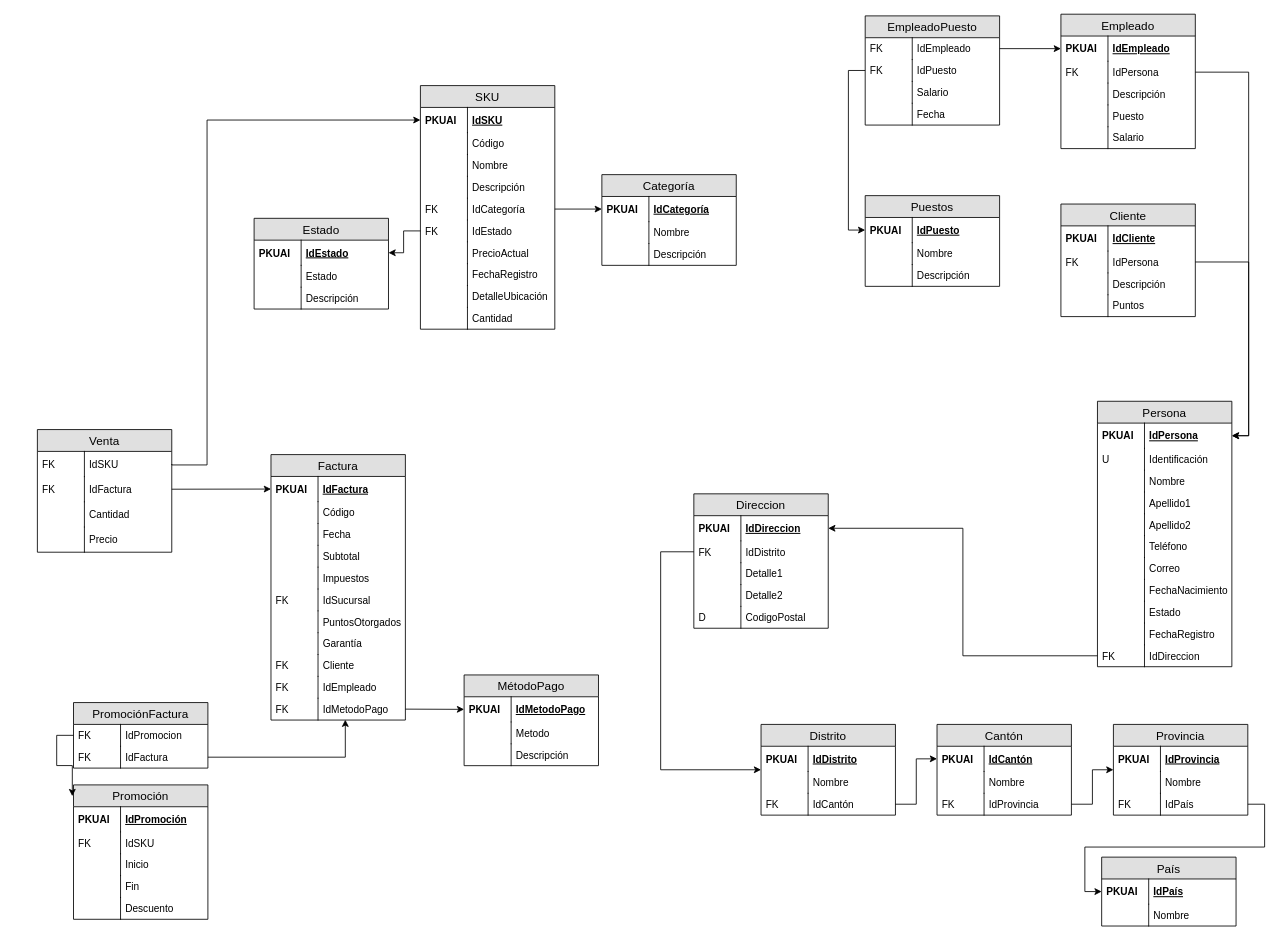
Before: page "Sucursal" (2 of 2) of diagrams/Proposed diagrams.drawio in JassonRM/Sk8-4-TEC-Proyecto-1, a draw.io diagram. Source tidied: cells renumbered, new cells numbered last; positions are measured from the earlier drawing's top-left corner, leaving out a move shared by most shapes. Both pictures are drawn from the tidied source at 84%, with x=0, y=0 at pixel (37, 13).
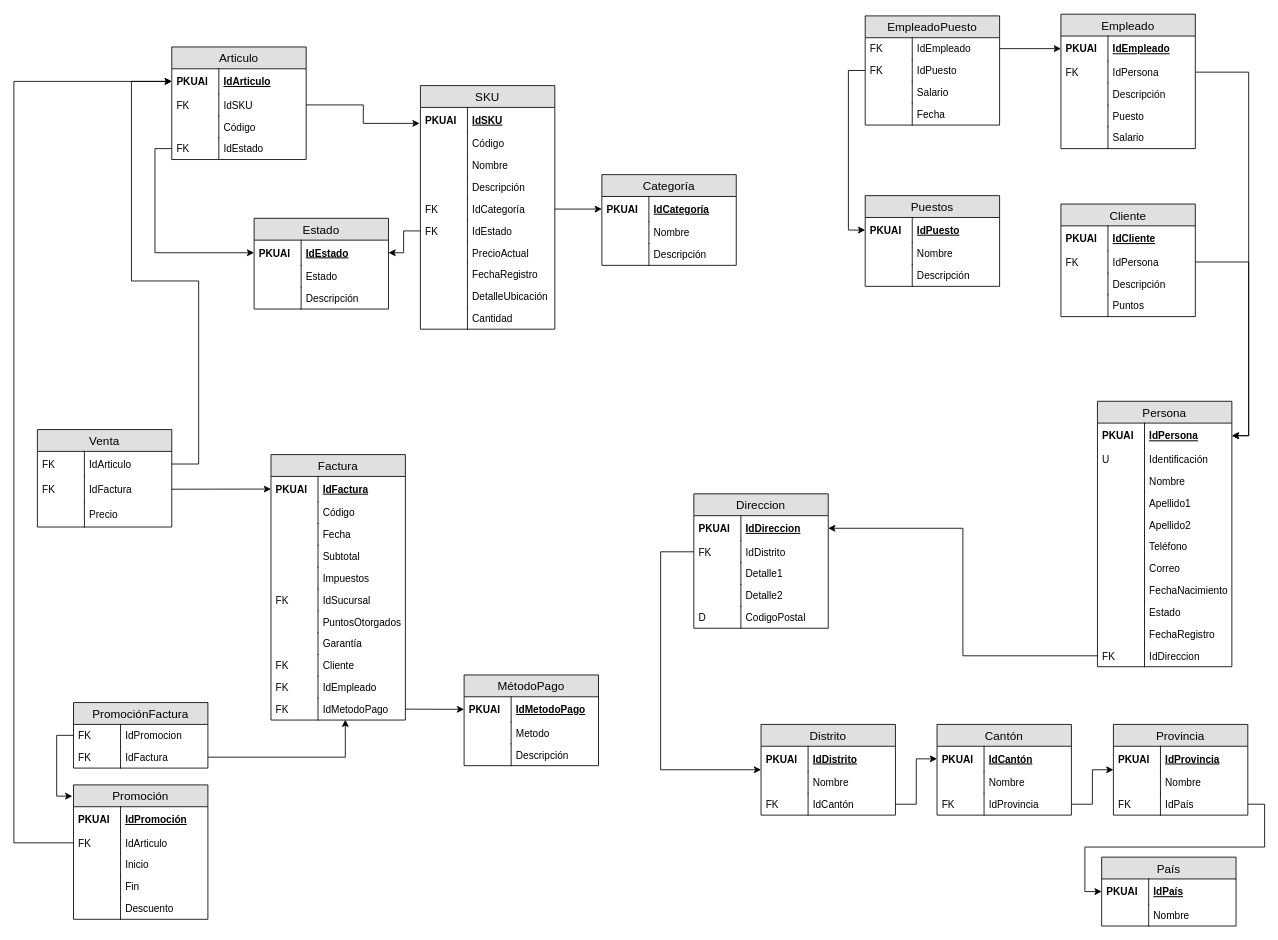
After the change.

Unchanged cells that the change refers to:
```xml
<mxCell id="3" value="IdSKU" style="shape=partialRectangle;top=0;left=0;right=0;bottom=0;align=left;verticalAlign=middle;fillColor=none;spacingLeft=60;spacingRight=4;overflow=hidden;points=[[0,0.5],[1,0.5]];portConstraint=eastwest;fontStyle=5;fontSize=12;" parent="2" vertex="1">
  <mxGeometry y="26" width="160" height="30" as="geometry" />
</mxCell>
<mxCell id="31" value="IdEstado" style="shape=partialRectangle;top=0;left=0;right=0;bottom=0;align=left;verticalAlign=middle;fillColor=none;spacingLeft=60;spacingRight=4;overflow=hidden;points=[[0,0.5],[1,0.5]];portConstraint=eastwest;fontStyle=5;fontSize=12;" parent="30" vertex="1">
  <mxGeometry y="26" width="160" height="30" as="geometry" />
</mxCell>
<mxCell id="112" value="Promoción" style="swimlane;fontStyle=0;horizontal=1;startSize=26;fillColor=#e0e0e0;swimlaneFillColor=#ffffff;align=center;fontSize=14;" parent="1" vertex="1">
  <mxGeometry x="43" y="917.9" width="160" height="160" as="geometry" />
</mxCell>
<mxCell id="156" value="IdPromocion" style="shape=partialRectangle;top=0;left=0;right=0;bottom=0;align=left;verticalAlign=top;fillColor=none;spacingLeft=60;spacingRight=4;overflow=hidden;points=[[0,0.5],[1,0.5]];portConstraint=eastwest;fontSize=12;" parent="155" vertex="1">
  <mxGeometry y="26" width="160" height="26" as="geometry" />
</mxCell>
```

Diff of the diagram source:
```diff
@@
     <mxCell id="103" value="Venta" style="swimlane;fontStyle=0;horizontal=1;startSize=26;fillColor=#e0e0e0;swimlaneFillColor=#ffffff;align=center;fontSize=14;" parent="1" vertex="1">
-      <mxGeometry y="494.9" width="160" height="146" as="geometry" />
+      <mxGeometry y="494.9" width="160" height="116" as="geometry" />
     </mxCell>
-    <mxCell id="104" value="IdSKU" style="shape=partialRectangle;top=0;left=0;right=0;bottom=0;align=left;verticalAlign=middle;fillColor=none;spacingLeft=60;spacingRight=4;overflow=hidden;points=[[0,0.5],[1,0.5]];portConstraint=eastwest;fontStyle=0;fontSize=12;" parent="103" vertex="1">
+    <mxCell id="104" value="IdArticulo" style="shape=partialRectangle;top=0;left=0;right=0;bottom=0;align=left;verticalAlign=middle;fillColor=none;spacingLeft=60;spacingRight=4;overflow=hidden;points=[[0,0.5],[1,0.5]];portConstraint=eastwest;fontStyle=0;fontSize=12;" parent="103" vertex="1">
       <mxGeometry y="26" width="160" height="30" as="geometry" />
     </mxCell>
@@
-    <mxCell id="108" value="Cantidad" style="shape=partialRectangle;top=0;left=0;right=0;bottom=0;align=left;verticalAlign=middle;fillColor=none;spacingLeft=60;spacingRight=4;overflow=hidden;fontStyle=0;fontSize=12;" parent="103" vertex="1">
-      <mxGeometry y="86" width="160" height="30" as="geometry" />
-    </mxCell>
-    <mxCell id="109" style="shape=partialRectangle;fontStyle=0;top=0;left=0;bottom=0;fillColor=none;align=left;verticalAlign=middle;spacingLeft=4;spacingRight=4;overflow=hidden;fontSize=12;" parent="108" vertex="1">
-      <mxGeometry width="56" height="30" as="geometry" />
-    </mxCell>
     <mxCell id="110" value="Precio" style="shape=partialRectangle;top=0;left=0;right=0;bottom=0;align=left;verticalAlign=middle;fillColor=none;spacingLeft=60;spacingRight=4;overflow=hidden;fontStyle=0;fontSize=12;" parent="103" vertex="1">
-      <mxGeometry y="116" width="160" height="30" as="geometry" />
+      <mxGeometry y="86" width="160" height="30" as="geometry" />
     </mxCell>
@@
-    <mxCell id="115" value="IdSKU" style="shape=partialRectangle;top=0;left=0;right=0;bottom=0;align=left;verticalAlign=top;fillColor=none;spacingLeft=60;spacingRight=4;overflow=hidden;points=[[0,0.5],[1,0.5]];portConstraint=eastwest;fontSize=12;" parent="112" vertex="1">
+    <mxCell id="115" value="IdArticulo" style="shape=partialRectangle;top=0;left=0;right=0;bottom=0;align=left;verticalAlign=top;fillColor=none;spacingLeft=60;spacingRight=4;overflow=hidden;points=[[0,0.5],[1,0.5]];portConstraint=eastwest;fontSize=12;" parent="112" vertex="1">
       <mxGeometry y="56" width="160" height="26" as="geometry" />
     </mxCell>
@@
     <mxCell id="160" style="edgeStyle=orthogonalEdgeStyle;rounded=0;jettySize=auto;html=1;exitX=0;exitY=0.5;exitDx=0;exitDy=0;entryX=-0.009;entryY=0.084;entryDx=0;entryDy=0;entryPerimeter=0;" parent="1" edge="1" source="156" target="112">
-      <mxGeometry relative="1" as="geometry" />
+      <mxGeometry relative="1" as="geometry">
+        <Array as="points">
+          <mxPoint x="23" y="859" />
+          <mxPoint x="23" y="931" />
+        </Array>
+      </mxGeometry>
     </mxCell>
@@
-    <mxCell id="162" style="edgeStyle=orthogonalEdgeStyle;rounded=0;jumpStyle=arc;jumpSize=10;jettySize=auto;html=1;exitX=1;exitY=0.5;exitDx=0;exitDy=0;entryX=0;entryY=0.5;entryDx=0;entryDy=0;" parent="1" edge="1" source="104" target="3">
+    <mxCell id="162" style="edgeStyle=orthogonalEdgeStyle;rounded=0;jumpStyle=arc;jumpSize=10;jettySize=auto;html=1;exitX=1;exitY=0.5;exitDx=0;exitDy=0;entryX=0;entryY=0.5;entryDx=0;entryDy=0;" parent="1" edge="1" source="104" target="205">
       <mxGeometry relative="1" as="geometry">
         <Array as="points">
-          <mxPoint x="160" y="537" />
-          <mxPoint x="202" y="537" />
-          <mxPoint x="202" y="126" />
+          <mxPoint x="192" y="536" />
+          <mxPoint x="192" y="318" />
+          <mxPoint x="112" y="318" />
+          <mxPoint x="112" y="81" />
         </Array>
       </mxGeometry>
     </mxCell>
@@
+    <mxCell id="204" value="Articulo" style="swimlane;fontStyle=0;horizontal=1;startSize=26;fillColor=#e0e0e0;swimlaneFillColor=#ffffff;align=center;fontSize=14;" parent="1" vertex="1">
+      <mxGeometry x="160" y="39.4" width="160" height="134" as="geometry" />
+    </mxCell>
+    <mxCell id="205" value="IdArticulo" style="shape=partialRectangle;top=0;left=0;right=0;bottom=0;align=left;verticalAlign=middle;fillColor=none;spacingLeft=60;spacingRight=4;overflow=hidden;points=[[0,0.5],[1,0.5]];portConstraint=eastwest;fontStyle=5;fontSize=12;" parent="204" vertex="1">
+      <mxGeometry y="26" width="160" height="30" as="geometry" />
+    </mxCell>
+    <mxCell id="206" value="PKUAI" style="shape=partialRectangle;fontStyle=1;top=0;left=0;bottom=0;fillColor=none;align=left;verticalAlign=middle;spacingLeft=4;spacingRight=4;overflow=hidden;fontSize=12;" parent="205" vertex="1">
+      <mxGeometry width="56" height="30" as="geometry" />
+    </mxCell>
+    <mxCell id="207" value="IdSKU" style="shape=partialRectangle;top=0;left=0;right=0;bottom=0;align=left;verticalAlign=top;fillColor=none;spacingLeft=60;spacingRight=4;overflow=hidden;points=[[0,0.5],[1,0.5]];portConstraint=eastwest;fontSize=12;" parent="204" vertex="1">
+      <mxGeometry y="56" width="160" height="26" as="geometry" />
+    </mxCell>
+    <mxCell id="208" value="FK" style="shape=partialRectangle;top=0;left=0;bottom=0;fillColor=none;align=left;verticalAlign=top;spacingLeft=4;spacingRight=4;overflow=hidden;fontSize=12;" parent="207" vertex="1">
+      <mxGeometry width="56" height="26" as="geometry" />
+    </mxCell>
+    <mxCell id="209" value="Código" style="shape=partialRectangle;top=0;left=0;right=0;bottom=0;align=left;verticalAlign=top;fillColor=none;spacingLeft=60;spacingRight=4;overflow=hidden;fontSize=12;" parent="204" vertex="1">
+      <mxGeometry y="82" width="160" height="26" as="geometry" />
+    </mxCell>
+    <mxCell id="210" style="shape=partialRectangle;top=0;left=0;bottom=0;fillColor=none;align=left;verticalAlign=top;spacingLeft=4;spacingRight=4;overflow=hidden;fontSize=12;" parent="209" vertex="1">
+      <mxGeometry width="56" height="26" as="geometry" />
+    </mxCell>
+    <mxCell id="211" value="IdEstado" style="shape=partialRectangle;top=0;left=0;right=0;bottom=0;align=left;verticalAlign=top;fillColor=none;spacingLeft=60;spacingRight=4;overflow=hidden;points=[[0,0.5],[1,0.5]];portConstraint=eastwest;fontSize=12;" parent="204" vertex="1">
+      <mxGeometry y="108" width="160" height="26" as="geometry" />
+    </mxCell>
+    <mxCell id="212" value="FK" style="shape=partialRectangle;top=0;left=0;bottom=0;fillColor=none;align=left;verticalAlign=top;spacingLeft=4;spacingRight=4;overflow=hidden;fontSize=12;" parent="211" vertex="1">
+      <mxGeometry width="56" height="26" as="geometry" />
+    </mxCell>
+    <mxCell id="213" style="edgeStyle=orthogonalEdgeStyle;rounded=0;jumpStyle=arc;jettySize=auto;html=1;exitX=1;exitY=0.5;exitDx=0;exitDy=0;entryX=-0.006;entryY=0.633;entryDx=0;entryDy=0;entryPerimeter=0;" parent="1" edge="1" source="207" target="3">
+      <mxGeometry relative="1" as="geometry" />
+    </mxCell>
+    <mxCell id="214" style="edgeStyle=orthogonalEdgeStyle;rounded=0;jumpStyle=arc;jettySize=auto;html=1;exitX=0;exitY=0.5;exitDx=0;exitDy=0;entryX=0;entryY=0.5;entryDx=0;entryDy=0;" parent="1" edge="1" source="115" target="205">
+      <mxGeometry relative="1" as="geometry">
+        <Array as="points">
+          <mxPoint x="-28" y="987" />
+          <mxPoint x="-28" y="81" />
+        </Array>
+      </mxGeometry>
+    </mxCell>
+    <mxCell id="215" style="edgeStyle=orthogonalEdgeStyle;rounded=0;jumpStyle=arc;jettySize=auto;html=1;exitX=0;exitY=0.5;exitDx=0;exitDy=0;entryX=0;entryY=0.5;entryDx=0;entryDy=0;" parent="1" edge="1" source="211" target="31">
+      <mxGeometry relative="1" as="geometry" />
+    </mxCell>
```
